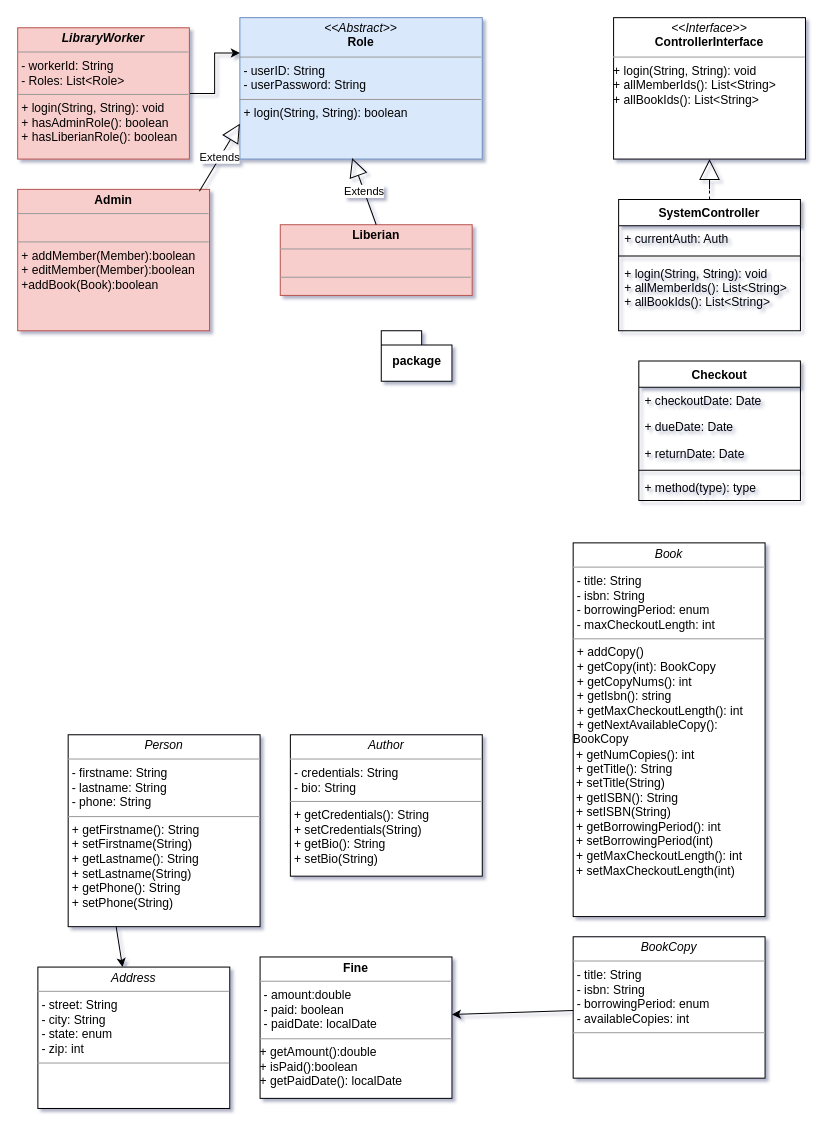
This is Untitled Diagram.drawio from megaunknown/UML, a draw.io file, before an edit. Source tidied: cells renumbered, new cells numbered last; positions are measured from the earlier drawing's top-left corner, leaving out a move shared by most shapes. Both pictures are drawn from the tidied source at 101%, with x=0, y=0 at pixel (17, 17).
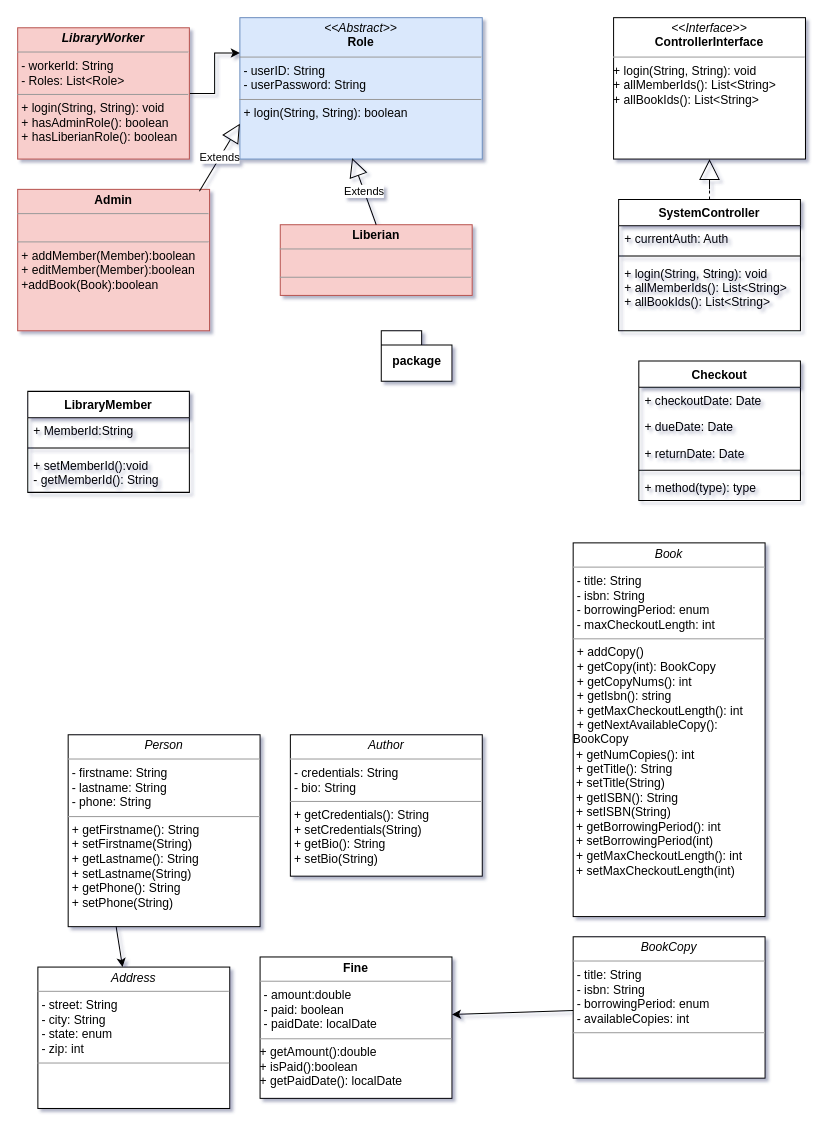
Above is the later version.

Commit message:
Adding Library Member Class Diagram

Change to the diagram source:
```diff
@@
+    <mxCell id="30" value="LibraryMember" style="swimlane;fontStyle=1;align=center;verticalAlign=top;horizontal=1;startSize=26;" parent="1" vertex="1">
+      <mxGeometry x="10" y="370" width="160" height="100" as="geometry" />
+    </mxCell>
+    <mxCell id="31" value="+ MemberId:String" style="text;strokeColor=none;fillColor=none;align=left;verticalAlign=top;spacingLeft=4;spacingRight=4;overflow=hidden;" parent="30" vertex="1">
+      <mxGeometry y="26" width="160" height="26" as="geometry" />
+    </mxCell>
+    <mxCell id="32" style="line;strokeWidth=1;fillColor=none;align=left;verticalAlign=middle;spacingTop=-1;spacingLeft=3;spacingRight=3;labelPosition=right;" parent="30" vertex="1">
+      <mxGeometry y="52" width="160" height="8" as="geometry" />
+    </mxCell>
+    <mxCell id="33" value="+ setMemberId():void&#10;- getMemberId(): String&#10;&#10;" style="text;strokeColor=none;fillColor=none;align=left;verticalAlign=top;spacingLeft=4;spacingRight=4;overflow=hidden;" parent="30" vertex="1">
+      <mxGeometry y="60" width="160" height="40" as="geometry" />
+    </mxCell>
```
